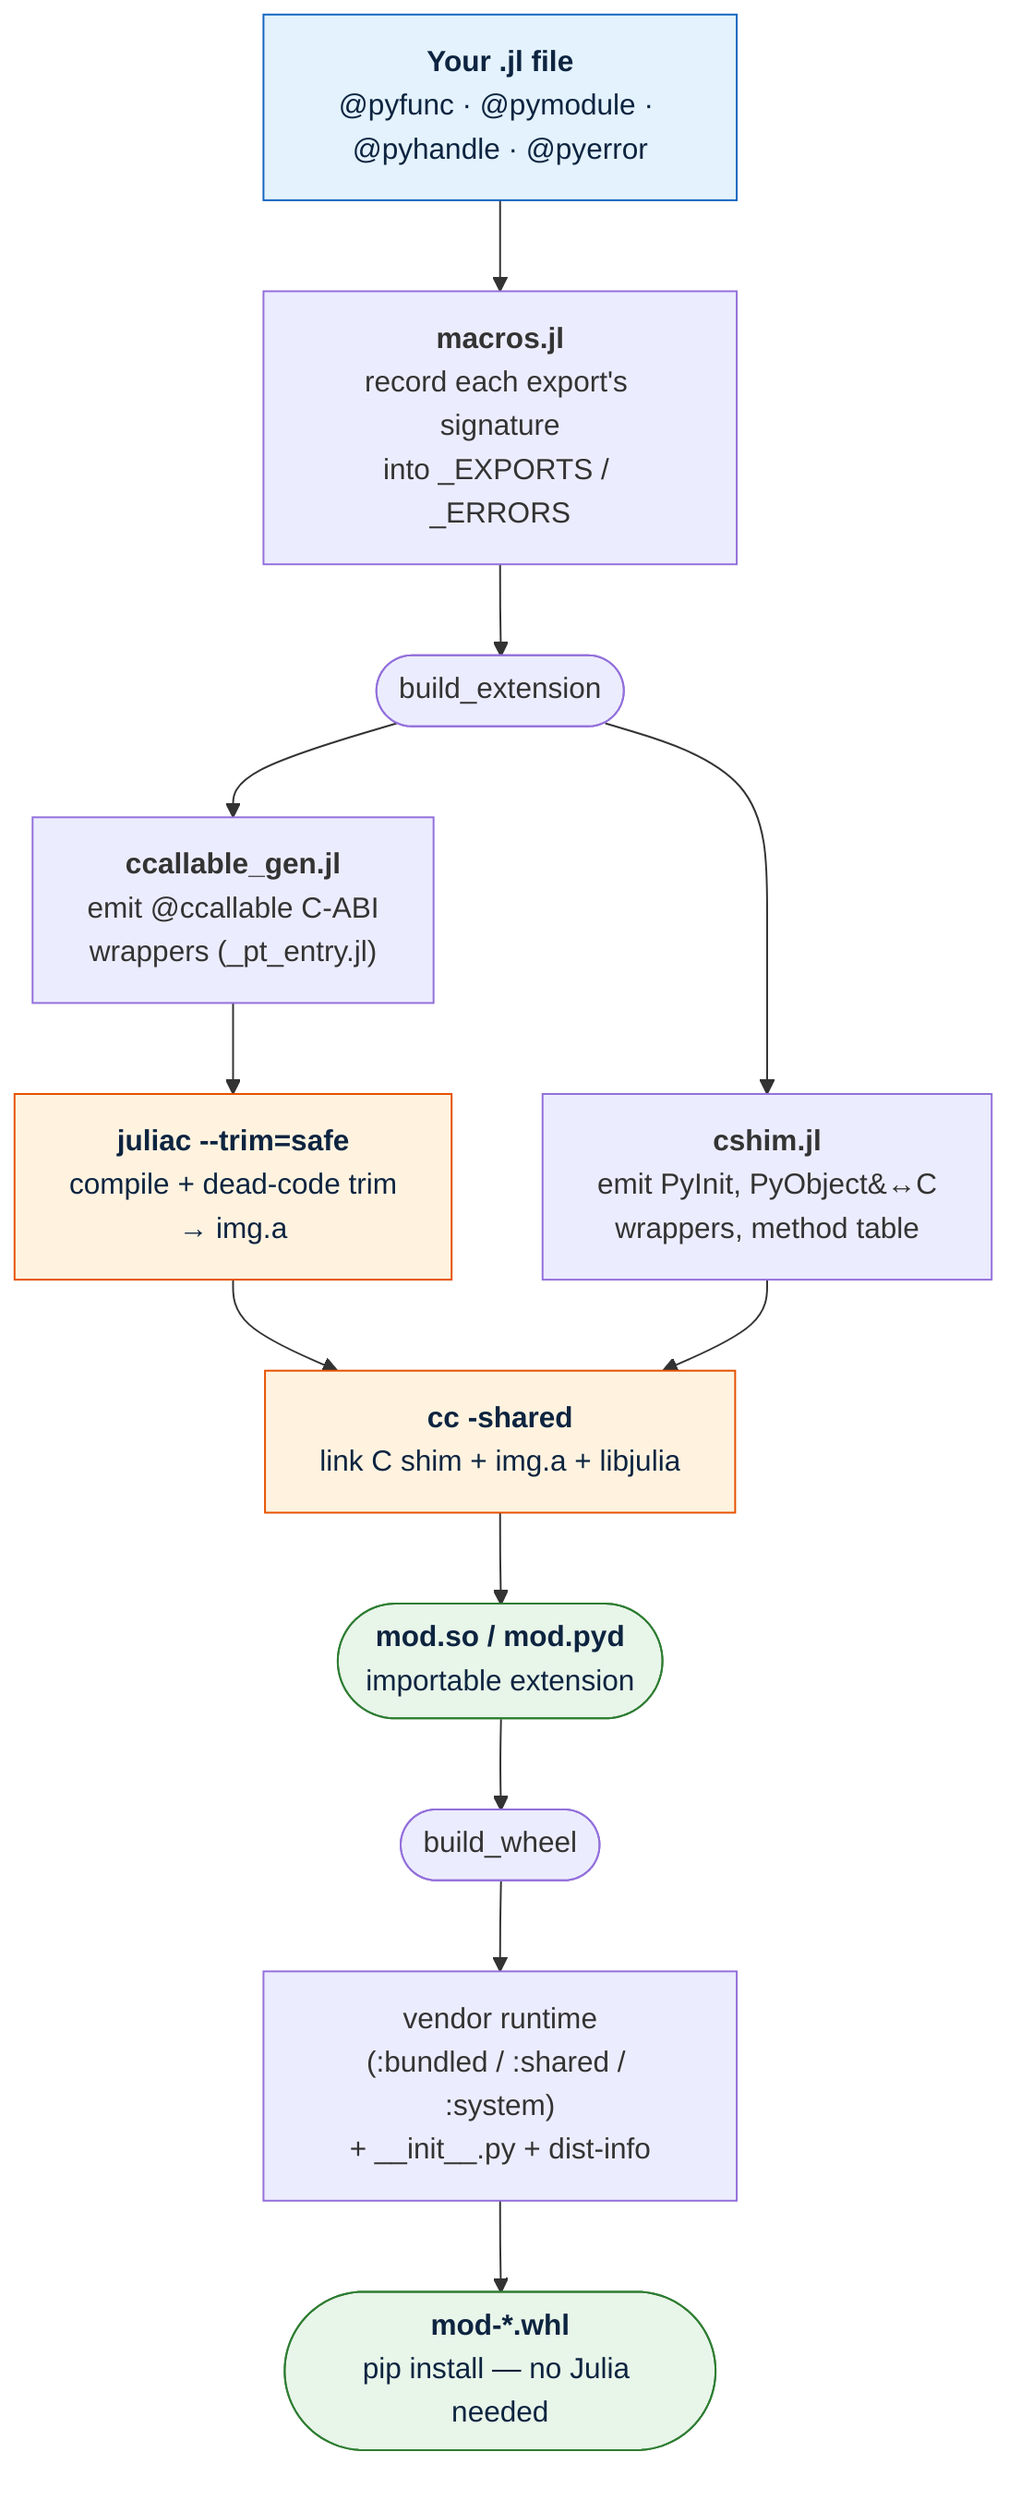
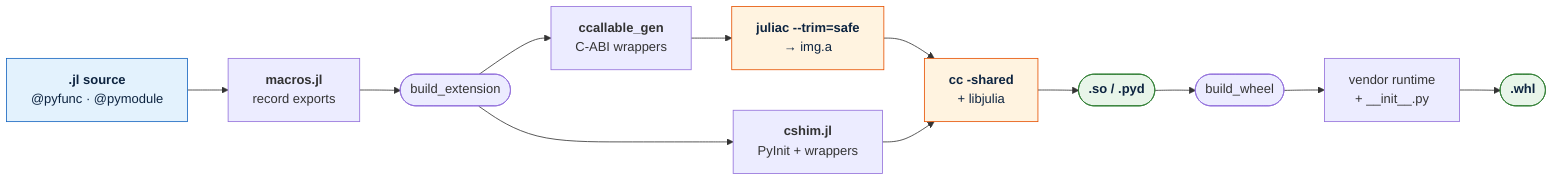
- flowchart TD
-     A["<b>Your .jl file</b><br/>@pyfunc · @pymodule · @pyhandle · @pyerror"]
-     A --> B["<b>macros.jl</b><br/>record each export's signature<br/>into _EXPORTS / _ERRORS"]
+ flowchart LR
+     A["<b>.jl source</b><br/>@pyfunc · @pymodule"]
+     A --> B["<b>macros.jl</b><br/>record exports"]
    B --> C(["build_extension"])
- 
-     C --> D["<b>ccallable_gen.jl</b><br/>emit @ccallable C-ABI<br/>wrappers (_pt_entry.jl)"]
-     D --> E["<b>juliac --trim=safe</b><br/>compile + dead-code trim<br/>&rarr; img.a"]
-     C --> F["<b>cshim.jl</b><br/>emit PyInit, PyObject&#8596;C<br/>wrappers, method table"]
- 
-     E --> G["<b>cc -shared</b><br/>link C shim + img.a + libjulia"]
+     C --> D["<b>ccallable_gen</b><br/>C-ABI wrappers"]
+     D --> E["<b>juliac --trim=safe</b><br/>&rarr; img.a"]
+     C --> F["<b>cshim.jl</b><br/>PyInit + wrappers"]
+     E --> G["<b>cc -shared</b><br/>+ libjulia"]
    F --> G
-     G --> H(["<b>mod.so / mod.pyd</b><br/>importable extension"])
- 
+     G --> H(["<b>.so / .pyd</b>"])
    H --> I(["build_wheel"])
-     I --> J["vendor runtime<br/>(:bundled / :shared / :system)<br/>+ __init__.py + dist-info"]
-     J --> K(["<b>mod-*.whl</b><br/>pip install — no Julia needed"])
+     I --> J["vendor runtime<br/>+ __init__.py"]
+     J --> K(["<b>.whl</b>"])

    style A fill:#e3f2fd,stroke:#1565c0,color:#0d2440
    style H fill:#e8f5e9,stroke:#2e7d32,color:#0d2440
    style K fill:#e8f5e9,stroke:#2e7d32,color:#0d2440
    style E fill:#fff3e0,stroke:#e65100,color:#0d2440
    style G fill:#fff3e0,stroke:#e65100,color:#0d2440
